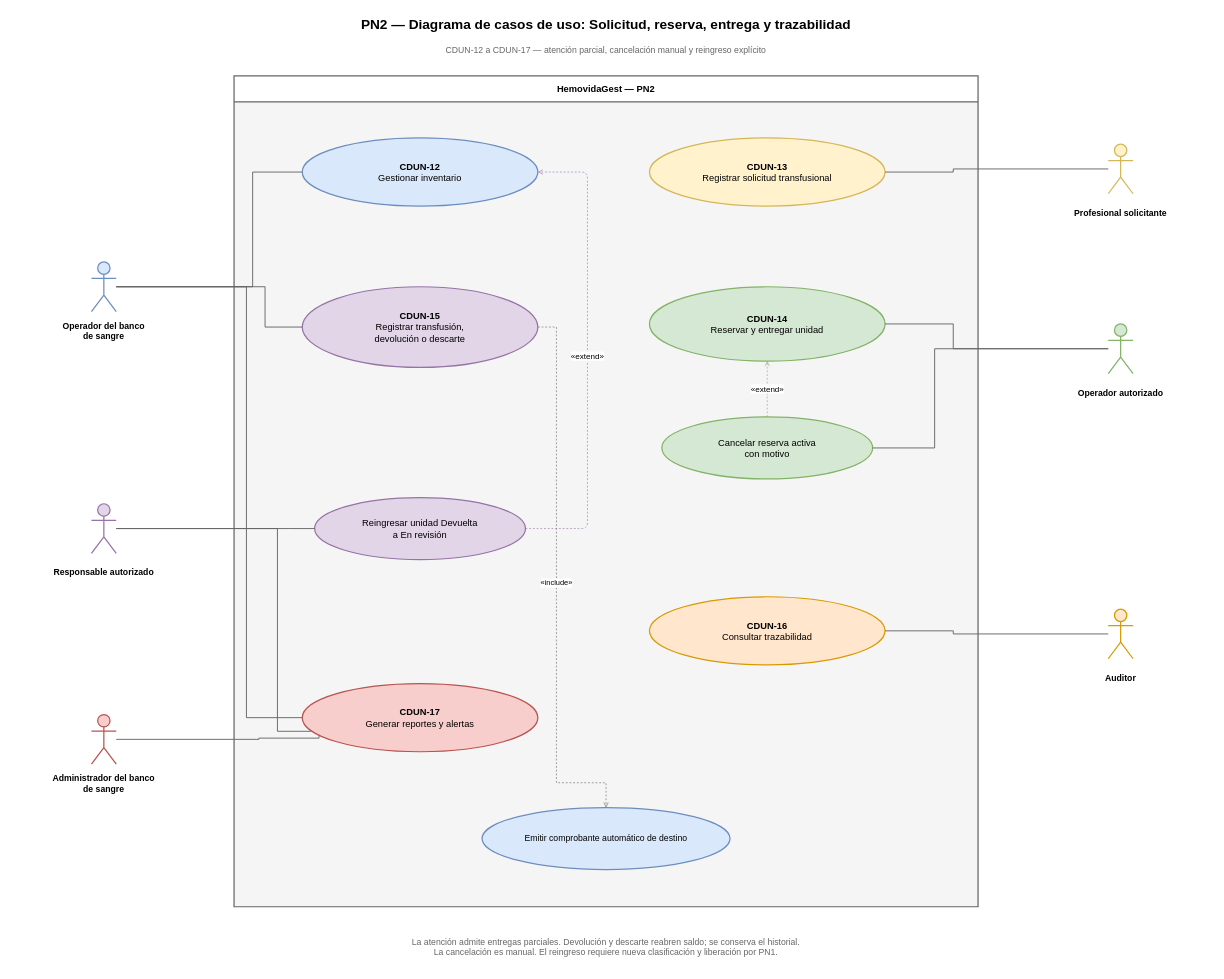
juanNH/Ingenieria-de-Software keeps this draw.io diagram as Diagramas/Casos de Uso/PN2 - CDU-12 a CDU-17 - Casos de uso.drawio. Above is the earlier version. Source tidied: cells renumbered, new cells numbered last; positions are measured from the earlier drawing's top-left corner, leaving out a move shared by most shapes. Both pictures are drawn from the tidied source at 62%, with x=0, y=0 at pixel (11, 11).
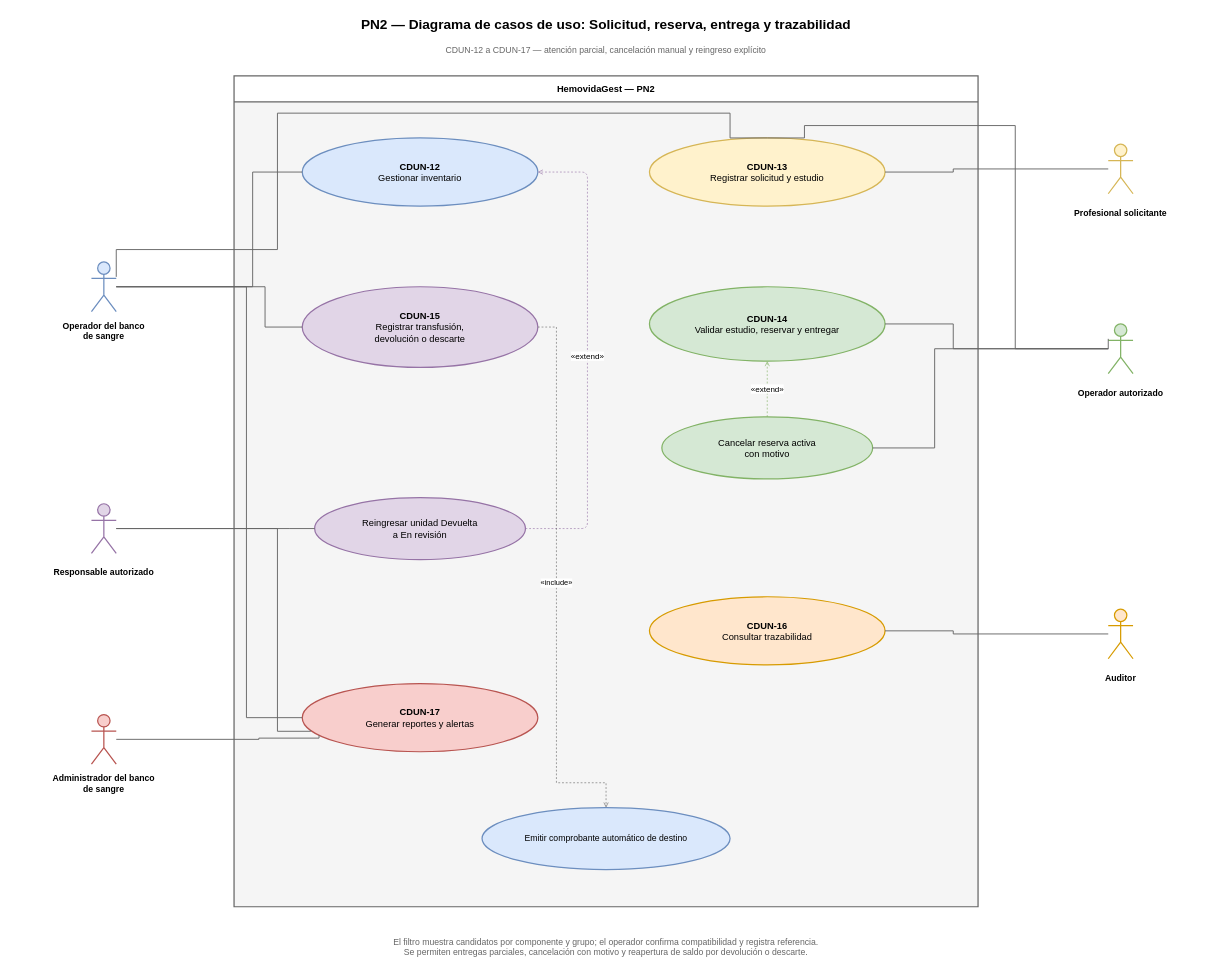
The same diagram, later.

Unchanged cells that the change refers to:
```xml
<mxCell id="13" style="shape=umlActor;html=1;fillColor=#dae8fc;strokeColor=#6c8ebf;strokeWidth=2;" parent="1" vertex="1">
  <mxGeometry x="130" y="405" width="40" height="80" as="geometry" />
</mxCell>
<mxCell id="17" style="shape=umlActor;html=1;fillColor=#d5e8d4;strokeColor=#82b366;strokeWidth=2;" parent="1" vertex="1">
  <mxGeometry x="1770" y="505" width="40" height="80" as="geometry" />
</mxCell>
```

Change to the diagram source:
```diff
@@
-    <mxCell id="6" value="&lt;b&gt;CDUN-13&lt;/b&gt;&lt;br&gt;Registrar solicitud transfusional" style="ellipse;whiteSpace=wrap;html=1;fillColor=#fff2cc;strokeColor=#d6b656;strokeWidth=2;fontFamily=Arial;fontSize=15;align=center;verticalAlign=middle;" parent="1" vertex="1">
+    <mxCell id="6" value="&lt;b&gt;CDUN-13&lt;/b&gt;&lt;br&gt;Registrar solicitud y estudio" style="ellipse;whiteSpace=wrap;html=1;fillColor=#fff2cc;strokeColor=#d6b656;strokeWidth=2;fontFamily=Arial;fontSize=15;align=center;verticalAlign=middle;" parent="1" vertex="1">
       <mxGeometry x="1030" y="205" width="380" height="110" as="geometry" />
     </mxCell>
-    <mxCell id="7" value="&lt;b&gt;CDUN-14&lt;/b&gt;&lt;br&gt;Reservar y entregar unidad" style="ellipse;whiteSpace=wrap;html=1;fillColor=#d5e8d4;strokeColor=#82b366;strokeWidth=2;fontFamily=Arial;fontSize=15;align=center;verticalAlign=middle;" parent="1" vertex="1">
+    <mxCell id="7" value="&lt;b&gt;CDUN-14&lt;/b&gt;&lt;br&gt;Validar estudio, reservar y entregar" style="ellipse;whiteSpace=wrap;html=1;fillColor=#d5e8d4;strokeColor=#82b366;strokeWidth=2;fontFamily=Arial;fontSize=15;align=center;verticalAlign=middle;" parent="1" vertex="1">
       <mxGeometry x="1030" y="445" width="380" height="120" as="geometry" />
     </mxCell>
@@
-    <mxCell id="37" value="La atención admite entregas parciales. Devolución y descarte reabren saldo; se conserva el historial.&lt;br&gt;La cancelación es manual. El reingreso requiere nueva clasificación y liberación por PN1." style="text;html=1;strokeColor=none;fillColor=none;fontFamily=Arial;align=center;verticalAlign=middle;whiteSpace=wrap;fontSize=14;fontColor=#666666;" parent="1" vertex="1">
+    <mxCell id="37" value="El filtro muestra candidatos por componente y grupo; el operador confirma compatibilidad y registra referencia.&lt;br&gt;Se permiten entregas parciales, cancelación con motivo y reapertura de saldo por devolución o descarte." style="text;html=1;strokeColor=none;fillColor=none;fontFamily=Arial;align=center;verticalAlign=middle;whiteSpace=wrap;fontSize=14;fontColor=#666666;" parent="1" vertex="1">
       <mxGeometry x="410" y="1475" width="1100" height="70" as="geometry" />
     </mxCell>
@@
+    <mxCell id="40" style="edgeStyle=orthogonalEdgeStyle;html=1;rounded=0;endArrow=none;strokeColor=#666666;strokeWidth=1.5;exitX=1;exitY=0.3;entryX=0.5;entryY=0;" parent="1" edge="1" source="13" target="6">
+      <mxGeometry relative="1" as="geometry">
+        <Array as="points">
+          <mxPoint x="430" y="385" />
+          <mxPoint x="430" y="165" />
+          <mxPoint x="1160" y="165" />
+        </Array>
+      </mxGeometry>
+    </mxCell>
+    <mxCell id="41" style="edgeStyle=orthogonalEdgeStyle;html=1;rounded=0;endArrow=none;strokeColor=#666666;strokeWidth=1.5;exitX=0;exitY=0.3;entryX=0.5;entryY=0;" parent="1" edge="1" source="17" target="6">
+      <mxGeometry relative="1" as="geometry">
+        <Array as="points">
+          <mxPoint x="1620" y="545" />
+          <mxPoint x="1620" y="185" />
+          <mxPoint x="1280" y="185" />
+        </Array>
+      </mxGeometry>
+    </mxCell>
```
